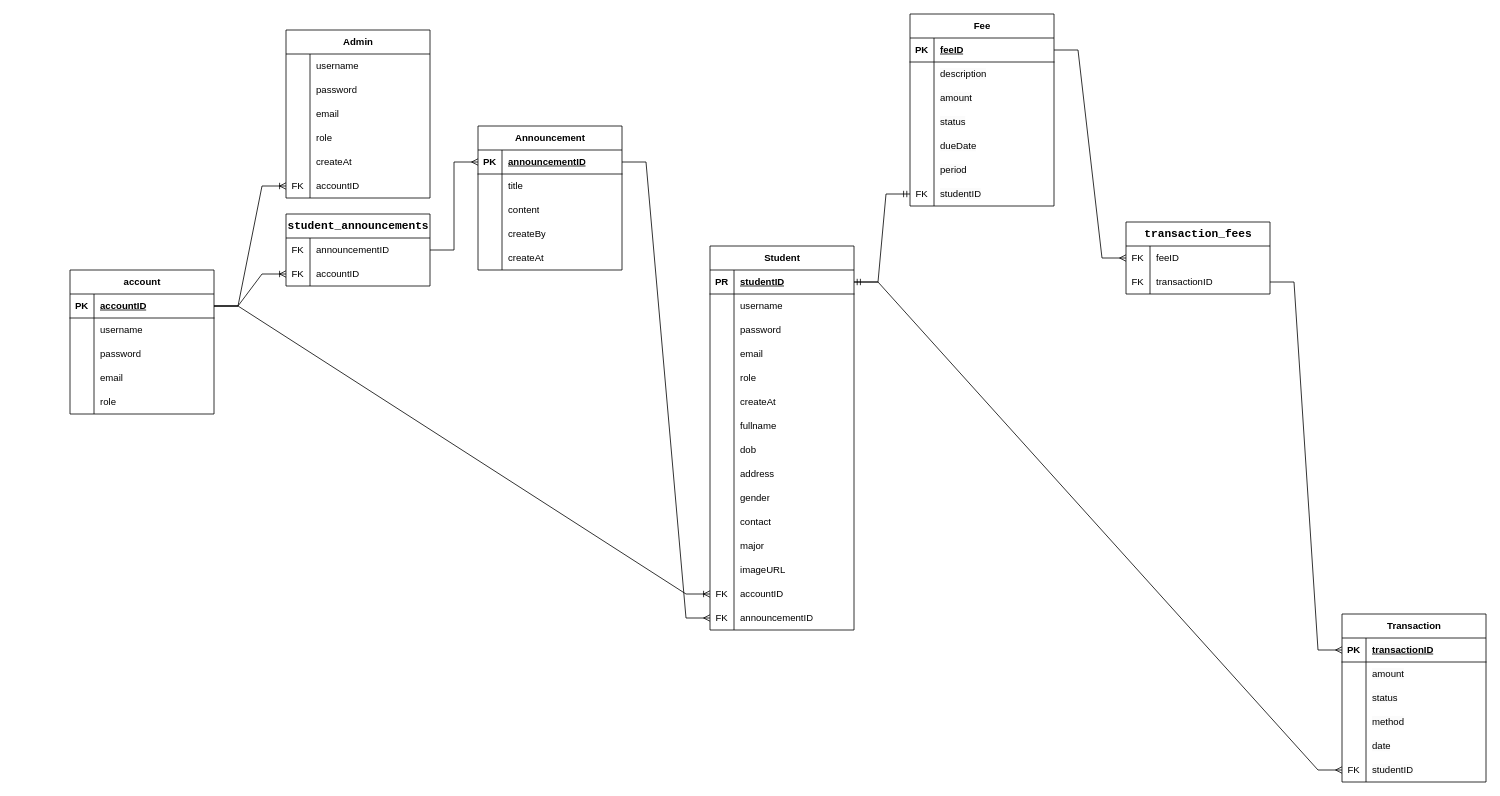
Above: documents/draw.io/database design.drawio in zombieTDV/Student-Management-System (draw.io), before the change. Source tidied: cells renumbered, new cells numbered last; positions are measured from the earlier drawing's top-left corner, leaving out a move shared by most shapes. Both pictures are drawn from the tidied source at 80%, with x=0, y=0 at pixel (70, 14).
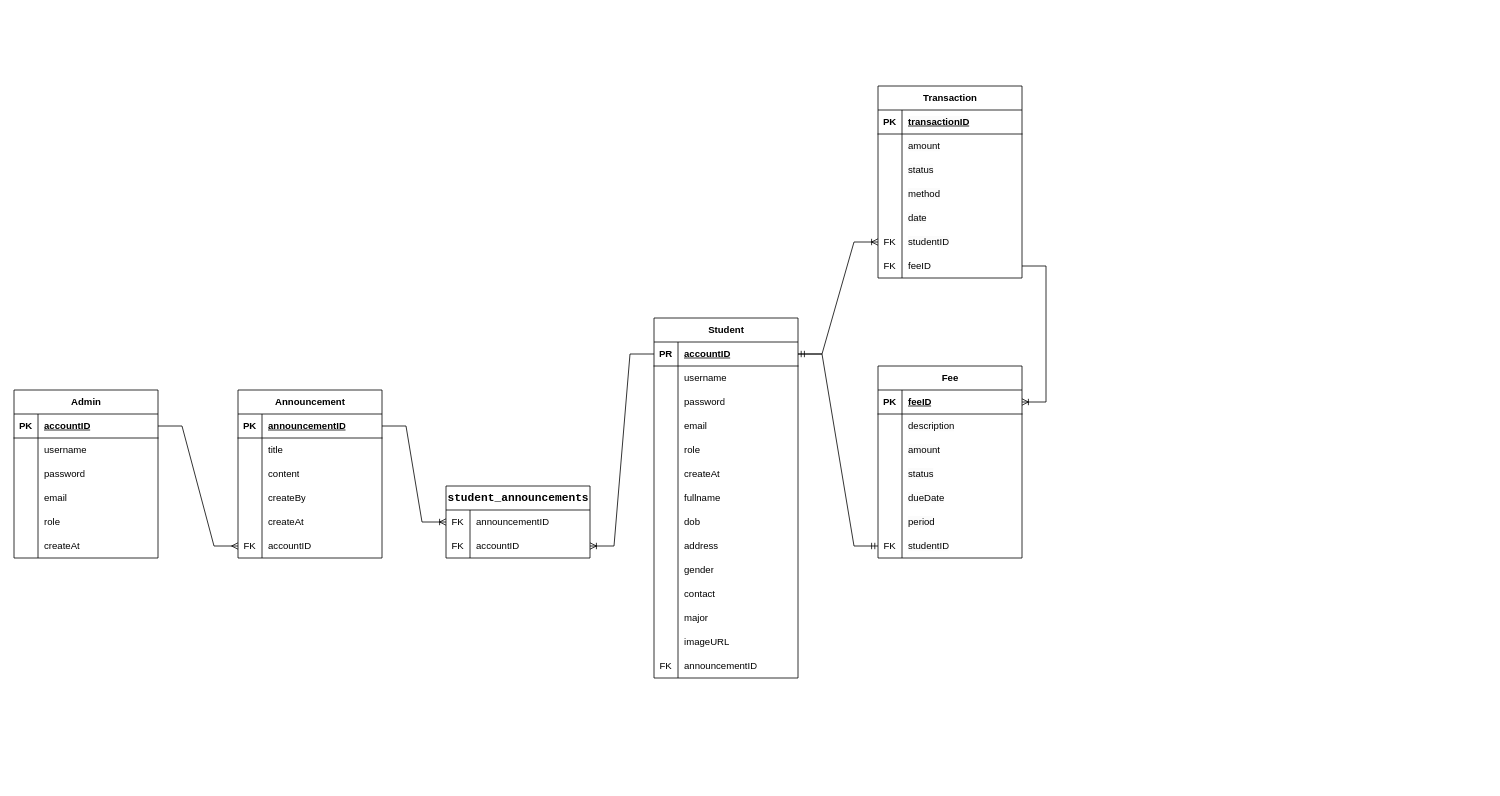
After the change.

The change refers to these unchanged cells:
```xml
<mxCell id="3" style="shape=tableRow;horizontal=0;startSize=0;swimlaneHead=0;swimlaneBody=0;fillColor=none;points=[[0,0.5],[1,0.5]];portConstraint=eastwest;top=0;left=0;right=0;bottom=1;" parent="2" vertex="1">
  <mxGeometry y="30" width="180" height="30" as="geometry" />
</mxCell>
<mxCell id="38" style="shape=tableRow;horizontal=0;startSize=0;swimlaneHead=0;swimlaneBody=0;fillColor=none;points=[[0,0.5],[1,0.5]];portConstraint=eastwest;top=0;left=0;right=0;bottom=1;" parent="37" vertex="1">
  <mxGeometry y="30" width="180" height="30" as="geometry" />
</mxCell>
<mxCell id="85" style="shape=tableRow;horizontal=0;startSize=0;swimlaneHead=0;swimlaneBody=0;fillColor=none;points=[[0,0.5],[1,0.5]];portConstraint=eastwest;top=0;left=0;right=0;bottom=1;" parent="84" vertex="1">
  <mxGeometry y="30" width="180" height="30" as="geometry" />
</mxCell>
<mxCell id="101" style="shape=tableRow;horizontal=0;startSize=0;swimlaneHead=0;swimlaneBody=0;fillColor=none;points=[[0,0.5],[1,0.5]];portConstraint=eastwest;top=0;left=0;right=0;bottom=1;" parent="100" vertex="1">
  <mxGeometry y="30" width="180" height="30" as="geometry" />
</mxCell>
<mxCell id="119" style="shape=tableRow;horizontal=0;startSize=0;swimlaneHead=0;swimlaneBody=0;fillColor=none;points=[[0,0.5],[1,0.5]];portConstraint=eastwest;top=0;left=0;right=0;bottom=0;" parent="100" vertex="1">
  <mxGeometry y="210" width="180" height="30" as="geometry" />
</mxCell>
<mxCell id="123" style="shape=tableRow;horizontal=0;startSize=0;swimlaneHead=0;swimlaneBody=0;fillColor=none;points=[[0,0.5],[1,0.5]];portConstraint=eastwest;top=0;left=0;right=0;bottom=1;" parent="122" vertex="1">
  <mxGeometry y="30" width="180" height="30" as="geometry" />
</mxCell>
<mxCell id="138" style="shape=tableRow;horizontal=0;startSize=0;swimlaneHead=0;swimlaneBody=0;fillColor=none;points=[[0,0.5],[1,0.5]];portConstraint=eastwest;top=0;left=0;right=0;bottom=0;" parent="122" vertex="1">
  <mxGeometry y="180" width="180" height="30" as="geometry" />
</mxCell>
<mxCell id="144" style="shape=tableRow;horizontal=0;startSize=0;swimlaneHead=0;swimlaneBody=0;fillColor=none;points=[[0,0.5],[1,0.5]];portConstraint=eastwest;top=0;left=0;right=0;bottom=0;" parent="143" vertex="1">
  <mxGeometry y="30" width="180" height="30" as="geometry" />
</mxCell>
<mxCell id="147" style="shape=tableRow;horizontal=0;startSize=0;swimlaneHead=0;swimlaneBody=0;fillColor=none;points=[[0,0.5],[1,0.5]];portConstraint=eastwest;top=0;left=0;right=0;bottom=0;" parent="143" vertex="1">
  <mxGeometry y="60" width="180" height="30" as="geometry" />
</mxCell>
```

What changed in the source:
```diff
@@
-    <mxCell id="2" value="account" style="shape=table;startSize=30;childLayout=tableLayout;rowLines=0;fontStyle=1;align=center;html=1;" parent="1" vertex="1">
-      <mxGeometry y="320" width="180" height="180" as="geometry" />
+    <mxCell id="2" value="Admin" style="shape=table;startSize=30;childLayout=tableLayout;rowLines=0;fontStyle=1;align=center;html=1;" parent="1" vertex="1">
+      <mxGeometry x="-70" y="470" width="180" height="210" as="geometry" />
     </mxCell>
@@
-    <mxCell id="18" value="Admin" style="shape=table;startSize=30;childLayout=tableLayout;rowLines=0;fontStyle=1;align=center;html=1;" parent="1" vertex="1">
-      <mxGeometry x="270" y="20" width="180" height="210" as="geometry" />
-    </mxCell>
-    <mxCell id="19" style="shape=tableRow;horizontal=0;startSize=0;swimlaneHead=0;swimlaneBody=0;fillColor=none;top=0;left=0;right=0;bottom=0;" parent="18" vertex="1">
-      <mxGeometry y="30" width="180" height="30" as="geometry" />
-    </mxCell>
-    <mxCell id="20" style="shape=partialRectangle;fillColor=none;top=0;left=0;bottom=0;right=0;overflow=hidden;whiteSpace=wrap;html=1;" parent="19" vertex="1">
-      <mxGeometry width="30" height="30" as="geometry" />
-    </mxCell>
-    <mxCell id="21" value="username" style="shape=partialRectangle;fillColor=none;top=0;left=0;bottom=0;right=0;align=left;spacingLeft=6;overflow=hidden;whiteSpace=wrap;html=1;" parent="19" vertex="1">
-      <mxGeometry x="30" width="150" height="30" as="geometry" />
-    </mxCell>
-    <mxCell id="22" style="shape=tableRow;horizontal=0;startSize=0;swimlaneHead=0;swimlaneBody=0;fillColor=none;top=0;left=0;right=0;bottom=0;" parent="18" vertex="1">
-      <mxGeometry y="60" width="180" height="30" as="geometry" />
-    </mxCell>
-    <mxCell id="23" style="shape=partialRectangle;fillColor=none;top=0;left=0;bottom=0;right=0;overflow=hidden;whiteSpace=wrap;html=1;" parent="22" vertex="1">
-      <mxGeometry width="30" height="30" as="geometry" />
-    </mxCell>
-    <mxCell id="24" value="password" style="shape=partialRectangle;fillColor=none;top=0;left=0;bottom=0;right=0;align=left;spacingLeft=6;overflow=hidden;whiteSpace=wrap;html=1;" parent="22" vertex="1">
-      <mxGeometry x="30" width="150" height="30" as="geometry" />
-    </mxCell>
-    <mxCell id="25" style="shape=tableRow;horizontal=0;startSize=0;swimlaneHead=0;swimlaneBody=0;fillColor=none;top=0;left=0;right=0;bottom=0;" parent="18" vertex="1">
-      <mxGeometry y="90" width="180" height="30" as="geometry" />
-    </mxCell>
-    <mxCell id="26" style="shape=partialRectangle;fillColor=none;top=0;left=0;bottom=0;right=0;overflow=hidden;whiteSpace=wrap;html=1;" parent="25" vertex="1">
-      <mxGeometry width="30" height="30" as="geometry" />
-    </mxCell>
-    <mxCell id="27" value="email" style="shape=partialRectangle;fillColor=none;top=0;left=0;bottom=0;right=0;align=left;spacingLeft=6;overflow=hidden;whiteSpace=wrap;html=1;" parent="25" vertex="1">
-      <mxGeometry x="30" width="150" height="30" as="geometry" />
-    </mxCell>
-    <mxCell id="28" style="shape=tableRow;horizontal=0;startSize=0;swimlaneHead=0;swimlaneBody=0;fillColor=none;top=0;left=0;right=0;bottom=0;" parent="18" vertex="1">
-      <mxGeometry y="120" width="180" height="30" as="geometry" />
-    </mxCell>
-    <mxCell id="29" style="shape=partialRectangle;fillColor=none;top=0;left=0;bottom=0;right=0;overflow=hidden;whiteSpace=wrap;html=1;" parent="28" vertex="1">
-      <mxGeometry width="30" height="30" as="geometry" />
-    </mxCell>
-    <mxCell id="30" value="role" style="shape=partialRectangle;fillColor=none;top=0;left=0;bottom=0;right=0;align=left;spacingLeft=6;overflow=hidden;whiteSpace=wrap;html=1;" parent="28" vertex="1">
-      <mxGeometry x="30" width="150" height="30" as="geometry" />
-    </mxCell>
-    <mxCell id="31" style="shape=tableRow;horizontal=0;startSize=0;swimlaneHead=0;swimlaneBody=0;fillColor=none;top=0;left=0;right=0;bottom=0;" parent="18" vertex="1">
-      <mxGeometry y="150" width="180" height="30" as="geometry" />
-    </mxCell>
-    <mxCell id="32" style="shape=partialRectangle;fillColor=none;top=0;left=0;bottom=0;right=0;overflow=hidden;whiteSpace=wrap;html=1;" parent="31" vertex="1">
-      <mxGeometry width="30" height="30" as="geometry" />
-    </mxCell>
+    <mxCell id="163" style="shape=tableRow;horizontal=0;startSize=0;swimlaneHead=0;swimlaneBody=0;fillColor=none;top=0;left=0;right=0;bottom=0;" parent="2" vertex="1">
+      <mxGeometry y="180" width="180" height="30" as="geometry" />
+    </mxCell>
+    <mxCell id="164" style="shape=partialRectangle;fillColor=none;top=0;left=0;bottom=0;right=0;overflow=hidden;whiteSpace=wrap;html=1;" parent="163" vertex="1">
+      <mxGeometry width="30" height="30" as="geometry" />
+    </mxCell>
-    <mxCell id="33" value="createAt" style="shape=partialRectangle;fillColor=none;top=0;left=0;bottom=0;right=0;align=left;spacingLeft=6;overflow=hidden;whiteSpace=wrap;html=1;" parent="31" vertex="1">
+    <mxCell id="33" value="createAt" style="shape=partialRectangle;fillColor=none;top=0;left=0;bottom=0;right=0;align=left;spacingLeft=6;overflow=hidden;whiteSpace=wrap;html=1;" parent="163" vertex="1">
       <mxGeometry x="30" width="150" height="30" as="geometry" />
     </mxCell>
-    <mxCell id="34" style="shape=tableRow;horizontal=0;startSize=0;swimlaneHead=0;swimlaneBody=0;fillColor=none;points=[[0,0.5],[1,0.5]];portConstraint=eastwest;top=0;left=0;right=0;bottom=0;" parent="18" vertex="1">
-      <mxGeometry y="180" width="180" height="30" as="geometry" />
-    </mxCell>
-    <mxCell id="35" value="FK" style="shape=partialRectangle;fillColor=none;top=0;left=0;bottom=0;right=0;overflow=hidden;whiteSpace=wrap;html=1;" parent="34" vertex="1">
-      <mxGeometry width="30" height="30" as="geometry" />
-    </mxCell>
-    <mxCell id="36" value="accountID" style="shape=partialRectangle;fillColor=none;top=0;left=0;bottom=0;right=0;align=left;spacingLeft=6;overflow=hidden;whiteSpace=wrap;html=1;" parent="34" vertex="1">
-      <mxGeometry x="30" width="150" height="30" as="geometry" />
-    </mxCell>
     <mxCell id="37" value="Student" style="shape=table;startSize=30;childLayout=tableLayout;rowLines=0;fontStyle=1;align=center;html=1;" parent="1" vertex="1">
-      <mxGeometry x="800" y="290" width="180" height="480" as="geometry" />
+      <mxGeometry x="730" y="380" width="180" height="450" as="geometry" />
     </mxCell>
@@
-    <mxCell id="40" value="studentID" style="shape=partialRectangle;fillColor=none;top=0;left=0;bottom=0;right=0;align=left;spacingLeft=6;fontStyle=5;overflow=hidden;whiteSpace=wrap;html=1;" parent="38" vertex="1">
+    <mxCell id="40" value="accountID" style="shape=partialRectangle;fillColor=none;top=0;left=0;bottom=0;right=0;align=left;spacingLeft=6;fontStyle=5;overflow=hidden;whiteSpace=wrap;html=1;" parent="38" vertex="1">
       <mxGeometry x="30" width="150" height="30" as="geometry" />
     </mxCell>
@@
-    <mxCell id="77" style="shape=tableRow;horizontal=0;startSize=0;swimlaneHead=0;swimlaneBody=0;fillColor=none;points=[[0,0.5],[1,0.5]];portConstraint=eastwest;top=0;left=0;right=0;bottom=0;" parent="37" vertex="1">
-      <mxGeometry y="420" width="180" height="30" as="geometry" />
-    </mxCell>
-    <mxCell id="78" value="FK" style="shape=partialRectangle;fillColor=none;top=0;left=0;bottom=0;right=0;overflow=hidden;whiteSpace=wrap;html=1;" parent="77" vertex="1">
-      <mxGeometry width="30" height="30" as="geometry" />
-    </mxCell>
-    <mxCell id="79" value="accountID" style="shape=partialRectangle;fillColor=none;top=0;left=0;bottom=0;right=0;align=left;spacingLeft=6;overflow=hidden;whiteSpace=wrap;html=1;" parent="77" vertex="1">
-      <mxGeometry x="30" width="150" height="30" as="geometry" />
-    </mxCell>
     <mxCell id="80" style="shape=tableRow;horizontal=0;startSize=0;swimlaneHead=0;swimlaneBody=0;fillColor=none;points=[[0,0.5],[1,0.5]];portConstraint=eastwest;top=0;left=0;right=0;bottom=0;" parent="37" vertex="1">
-      <mxGeometry y="450" width="180" height="30" as="geometry" />
+      <mxGeometry y="420" width="180" height="30" as="geometry" />
     </mxCell>
@@
-    <mxCell id="83" style="edgeStyle=entityRelationEdgeStyle;fontSize=12;html=1;endArrow=ERoneToMany;rounded=0;exitX=1;exitY=0.5;exitDx=0;exitDy=0;entryX=0;entryY=0.5;entryDx=0;entryDy=0;" parent="1" edge="1" source="3" target="77">
-      <mxGeometry relative="1" as="geometry" />
-    </mxCell>
     <mxCell id="84" value="Announcement" style="shape=table;startSize=30;childLayout=tableLayout;rowLines=0;fontStyle=1;align=center;html=1;" parent="1" vertex="1">
-      <mxGeometry x="510" y="140" width="180" height="180" as="geometry" />
+      <mxGeometry x="210" y="470" width="180" height="210" as="geometry" />
     </mxCell>
@@
+    <mxCell id="165" style="shape=tableRow;horizontal=0;startSize=0;swimlaneHead=0;swimlaneBody=0;fillColor=none;points=[[0,0.5],[1,0.5]];portConstraint=eastwest;top=0;left=0;right=0;bottom=0;" parent="84" vertex="1">
+      <mxGeometry y="180" width="180" height="30" as="geometry" />
+    </mxCell>
+    <mxCell id="166" value="FK" style="shape=partialRectangle;fillColor=none;top=0;left=0;bottom=0;right=0;overflow=hidden;whiteSpace=wrap;html=1;" parent="165" vertex="1">
+      <mxGeometry width="30" height="30" as="geometry" />
+    </mxCell>
+    <mxCell id="167" value="accountID" style="shape=partialRectangle;fillColor=none;top=0;left=0;bottom=0;right=0;align=left;spacingLeft=6;overflow=hidden;whiteSpace=wrap;html=1;" parent="165" vertex="1">
+      <mxGeometry x="30" width="150" height="30" as="geometry" />
+    </mxCell>
     <mxCell id="100" value="Fee" style="shape=table;startSize=30;childLayout=tableLayout;rowLines=0;fontStyle=1;align=center;html=1;" parent="1" vertex="1">
-      <mxGeometry x="1050" width="180" height="240" as="geometry" />
+      <mxGeometry x="1010" y="440" width="180" height="240" as="geometry" />
     </mxCell>
@@
     <mxCell id="122" value="Transaction" style="shape=table;startSize=30;childLayout=tableLayout;rowLines=0;fontStyle=1;align=center;html=1;" parent="1" vertex="1">
-      <mxGeometry x="1590" y="750" width="180" height="210" as="geometry" />
+      <mxGeometry x="1010" y="90" width="180" height="240" as="geometry" />
     </mxCell>
@@
-    <mxCell id="141" style="edgeStyle=entityRelationEdgeStyle;fontSize=12;html=1;endArrow=ERoneToMany;rounded=0;exitX=1;exitY=0.5;exitDx=0;exitDy=0;entryX=0;entryY=0.5;entryDx=0;entryDy=0;" parent="1" edge="1" source="3" target="34">
-      <mxGeometry relative="1" as="geometry" />
-    </mxCell>
-    <mxCell id="142" style="edgeStyle=entityRelationEdgeStyle;fontSize=12;html=1;endArrow=ERmandOne;startArrow=ERmandOne;rounded=0;exitX=1;exitY=0.5;exitDx=0;exitDy=0;entryX=0;entryY=0.5;entryDx=0;entryDy=0;" parent="1" edge="1" source="38" target="119">
-      <mxGeometry relative="1" as="geometry" />
-    </mxCell>
+    <mxCell id="168" style="shape=tableRow;horizontal=0;startSize=0;swimlaneHead=0;swimlaneBody=0;fillColor=none;points=[[0,0.5],[1,0.5]];portConstraint=eastwest;top=0;left=0;right=0;bottom=0;" parent="122" vertex="1">
+      <mxGeometry y="210" width="180" height="30" as="geometry" />
+    </mxCell>
+    <mxCell id="169" value="FK" style="shape=partialRectangle;fillColor=none;top=0;left=0;bottom=0;right=0;overflow=hidden;whiteSpace=wrap;html=1;" parent="168" vertex="1">
+      <mxGeometry width="30" height="30" as="geometry" />
+    </mxCell>
+    <mxCell id="157" value="feeID" style="shape=partialRectangle;fillColor=none;top=0;left=0;bottom=0;right=0;align=left;spacingLeft=6;overflow=hidden;whiteSpace=wrap;html=1;" parent="168" vertex="1">
+      <mxGeometry x="30" width="150" height="30" as="geometry" />
+    </mxCell>
     <mxCell id="143" value="&lt;div style=&quot;font-family: Consolas, &amp;quot;Courier New&amp;quot;, monospace; font-size: 14px; line-height: 19px; white-space-collapse: preserve;&quot;&gt;&lt;font style=&quot;color: light-dark(rgb(0, 0, 0), rgb(55, 55, 55)); background-color: light-dark(rgb(255, 255, 255), rgb(211, 211, 211));&quot;&gt;student_announcements&lt;/font&gt;&lt;/div&gt;" style="shape=table;startSize=30;childLayout=tableLayout;rowLines=0;fontStyle=1;align=center;html=1;" parent="1" vertex="1">
-      <mxGeometry x="270" y="250" width="180" height="90" as="geometry" />
+      <mxGeometry x="470" y="590" width="180" height="90" as="geometry" />
     </mxCell>
@@
-    <mxCell id="150" style="edgeStyle=entityRelationEdgeStyle;fontSize=12;html=1;endArrow=ERoneToMany;rounded=0;exitX=1;exitY=0.5;exitDx=0;exitDy=0;entryX=0;entryY=0.5;entryDx=0;entryDy=0;" parent="1" edge="1" source="3" target="147">
-      <mxGeometry relative="1" as="geometry" />
-    </mxCell>
-    <mxCell id="151" style="edgeStyle=entityRelationEdgeStyle;fontSize=12;html=1;endArrow=ERmany;rounded=0;exitX=1;exitY=0.5;exitDx=0;exitDy=0;entryX=0;entryY=0.5;entryDx=0;entryDy=0;" parent="1" edge="1" source="144" target="85">
-      <mxGeometry relative="1" as="geometry" />
-    </mxCell>
-    <mxCell id="152" style="edgeStyle=entityRelationEdgeStyle;fontSize=12;html=1;endArrow=ERmany;rounded=0;exitX=1;exitY=0.5;exitDx=0;exitDy=0;entryX=0;entryY=0.5;entryDx=0;entryDy=0;" parent="1" edge="1" source="85" target="80">
-      <mxGeometry relative="1" as="geometry" />
-    </mxCell>
-    <mxCell id="153" style="edgeStyle=entityRelationEdgeStyle;fontSize=12;html=1;endArrow=ERmany;rounded=0;exitX=1;exitY=0.5;exitDx=0;exitDy=0;entryX=0;entryY=0.5;entryDx=0;entryDy=0;" parent="1" edge="1" source="101" target="155">
-      <mxGeometry relative="1" as="geometry" />
-    </mxCell>
-    <mxCell id="154" value="&lt;div style=&quot;font-family: Consolas, &amp;quot;Courier New&amp;quot;, monospace; font-size: 14px; line-height: 19px; white-space-collapse: preserve;&quot;&gt;&lt;span style=&quot;background-color: rgb(255, 255, 255);&quot;&gt;transaction_fees&lt;/span&gt;&lt;/div&gt;" style="shape=table;startSize=30;childLayout=tableLayout;rowLines=0;fontStyle=1;align=center;html=1;" parent="1" vertex="1">
-      <mxGeometry x="1320" y="260" width="180" height="90" as="geometry" />
-    </mxCell>
-    <mxCell id="155" style="shape=tableRow;horizontal=0;startSize=0;swimlaneHead=0;swimlaneBody=0;fillColor=none;points=[[0,0.5],[1,0.5]];portConstraint=eastwest;top=0;left=0;right=0;bottom=0;" parent="154" vertex="1">
-      <mxGeometry y="30" width="180" height="30" as="geometry" />
-    </mxCell>
-    <mxCell id="156" value="FK" style="shape=partialRectangle;fillColor=none;top=0;left=0;bottom=0;right=0;overflow=hidden;whiteSpace=wrap;html=1;" parent="155" vertex="1">
-      <mxGeometry width="30" height="30" as="geometry" />
-    </mxCell>
-    <mxCell id="157" value="feeID" style="shape=partialRectangle;fillColor=none;top=0;left=0;bottom=0;right=0;align=left;spacingLeft=6;overflow=hidden;whiteSpace=wrap;html=1;" parent="155" vertex="1">
-      <mxGeometry x="30" width="150" height="30" as="geometry" />
-    </mxCell>
-    <mxCell id="158" style="shape=tableRow;horizontal=0;startSize=0;swimlaneHead=0;swimlaneBody=0;fillColor=none;points=[[0,0.5],[1,0.5]];portConstraint=eastwest;top=0;left=0;right=0;bottom=0;" parent="154" vertex="1">
-      <mxGeometry y="60" width="180" height="30" as="geometry" />
-    </mxCell>
-    <mxCell id="159" value="FK" style="shape=partialRectangle;fillColor=none;top=0;left=0;bottom=0;right=0;overflow=hidden;whiteSpace=wrap;html=1;" parent="158" vertex="1">
-      <mxGeometry width="30" height="30" as="geometry" />
-    </mxCell>
-    <mxCell id="160" value="transactionID" style="shape=partialRectangle;fillColor=none;top=0;left=0;bottom=0;right=0;align=left;spacingLeft=6;overflow=hidden;whiteSpace=wrap;html=1;" parent="158" vertex="1">
-      <mxGeometry x="30" width="150" height="30" as="geometry" />
-    </mxCell>
-    <mxCell id="161" style="edgeStyle=entityRelationEdgeStyle;fontSize=12;html=1;endArrow=ERmany;rounded=0;exitX=1;exitY=0.5;exitDx=0;exitDy=0;entryX=0;entryY=0.5;entryDx=0;entryDy=0;" parent="1" edge="1" source="158" target="123">
-      <mxGeometry relative="1" as="geometry" />
-    </mxCell>
+    <mxCell id="170" style="edgeStyle=entityRelationEdgeStyle;fontSize=12;html=1;endArrow=ERmany;rounded=0;exitX=1;exitY=0.5;exitDx=0;exitDy=0;entryX=0;entryY=0.5;entryDx=0;entryDy=0;" parent="1" edge="1" source="3" target="165">
+      <mxGeometry relative="1" as="geometry" />
+    </mxCell>
+    <mxCell id="171" style="edgeStyle=entityRelationEdgeStyle;fontSize=12;html=1;endArrow=ERoneToMany;rounded=0;entryX=1;entryY=0.5;entryDx=0;entryDy=0;exitX=0;exitY=0.5;exitDx=0;exitDy=0;" parent="1" edge="1" source="38" target="147">
+      <mxGeometry relative="1" as="geometry" />
+    </mxCell>
+    <mxCell id="142" style="edgeStyle=entityRelationEdgeStyle;fontSize=12;html=1;endArrow=ERmandOne;startArrow=ERmandOne;rounded=0;exitX=1;exitY=0.5;exitDx=0;exitDy=0;entryX=0;entryY=0.5;entryDx=0;entryDy=0;" parent="1" edge="1" source="38" target="119">
+      <mxGeometry relative="1" as="geometry" />
+    </mxCell>
-    <mxCell id="162" style="edgeStyle=entityRelationEdgeStyle;fontSize=12;html=1;endArrow=ERmany;rounded=0;exitX=1;exitY=0.5;exitDx=0;exitDy=0;entryX=0;entryY=0.5;entryDx=0;entryDy=0;" parent="1" edge="1" source="38" target="138">
+    <mxCell id="162" style="edgeStyle=entityRelationEdgeStyle;fontSize=12;html=1;endArrow=ERoneToMany;rounded=0;exitX=1;exitY=0.5;exitDx=0;exitDy=0;" parent="1" edge="1" source="38" target="138">
       <mxGeometry relative="1" as="geometry" />
     </mxCell>
+    <mxCell id="172" style="edgeStyle=entityRelationEdgeStyle;fontSize=12;html=1;endArrow=ERoneToMany;rounded=0;entryX=1;entryY=0.5;entryDx=0;entryDy=0;exitX=1;exitY=0.5;exitDx=0;exitDy=0;" parent="1" edge="1" source="168" target="101">
+      <mxGeometry relative="1" as="geometry" />
+    </mxCell>
+    <mxCell id="173" style="edgeStyle=entityRelationEdgeStyle;fontSize=12;html=1;endArrow=ERoneToMany;rounded=0;exitX=1;exitY=0.5;exitDx=0;exitDy=0;" parent="1" edge="1" source="85" target="144">
+      <mxGeometry relative="1" as="geometry" />
+    </mxCell>
```
